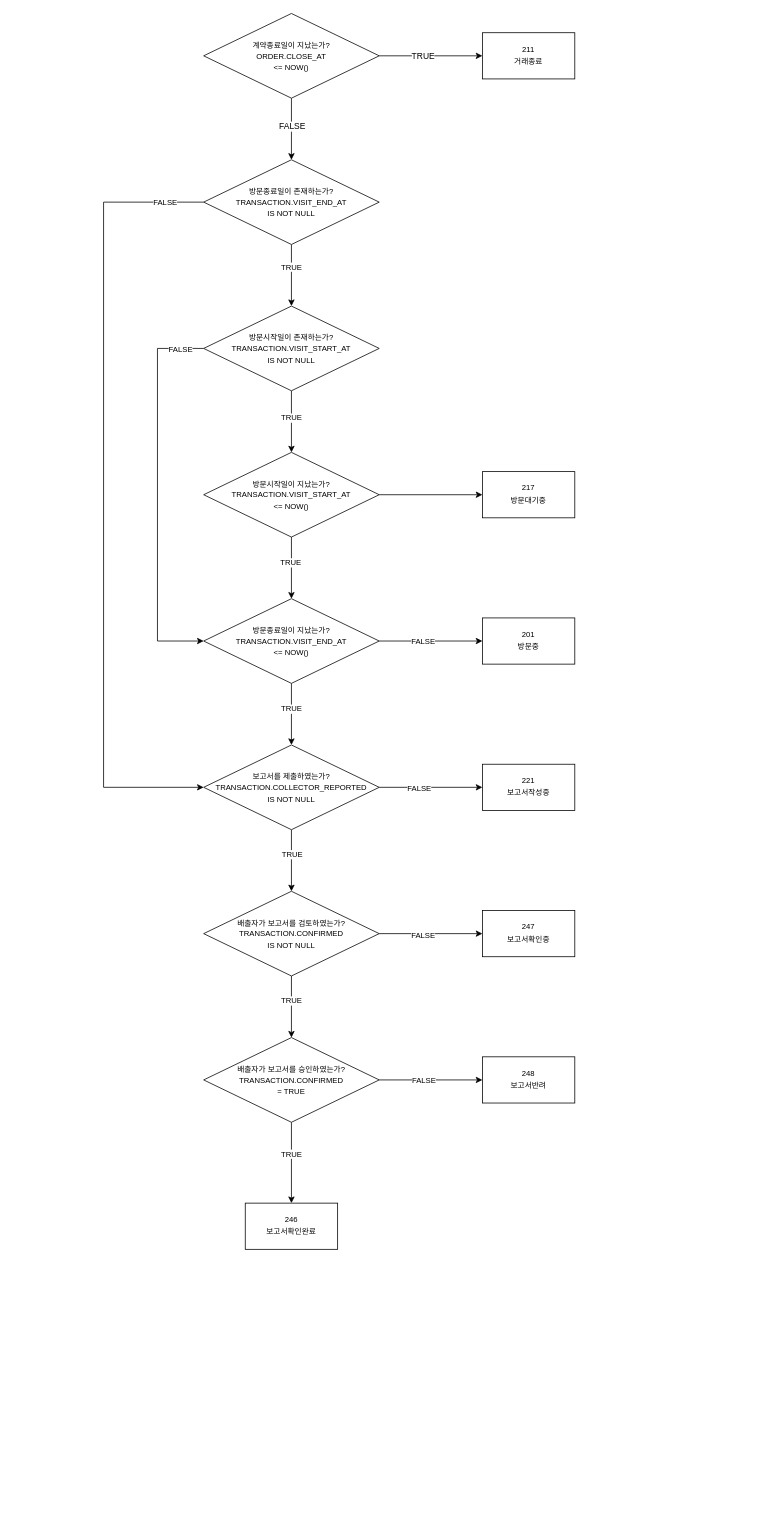
Leo-Nam/stored-procedures keeps this draw.io diagram as drawio/V_TRANSACTION_STATE.drawio. Above is the earlier version. Source tidied: cells renumbered, new cells numbered last; positions are measured from the earlier drawing's top-left corner, leaving out a move shared by most shapes. Both pictures are drawn from the tidied source at 77%, with x=0, y=0 at pixel (103, 13).
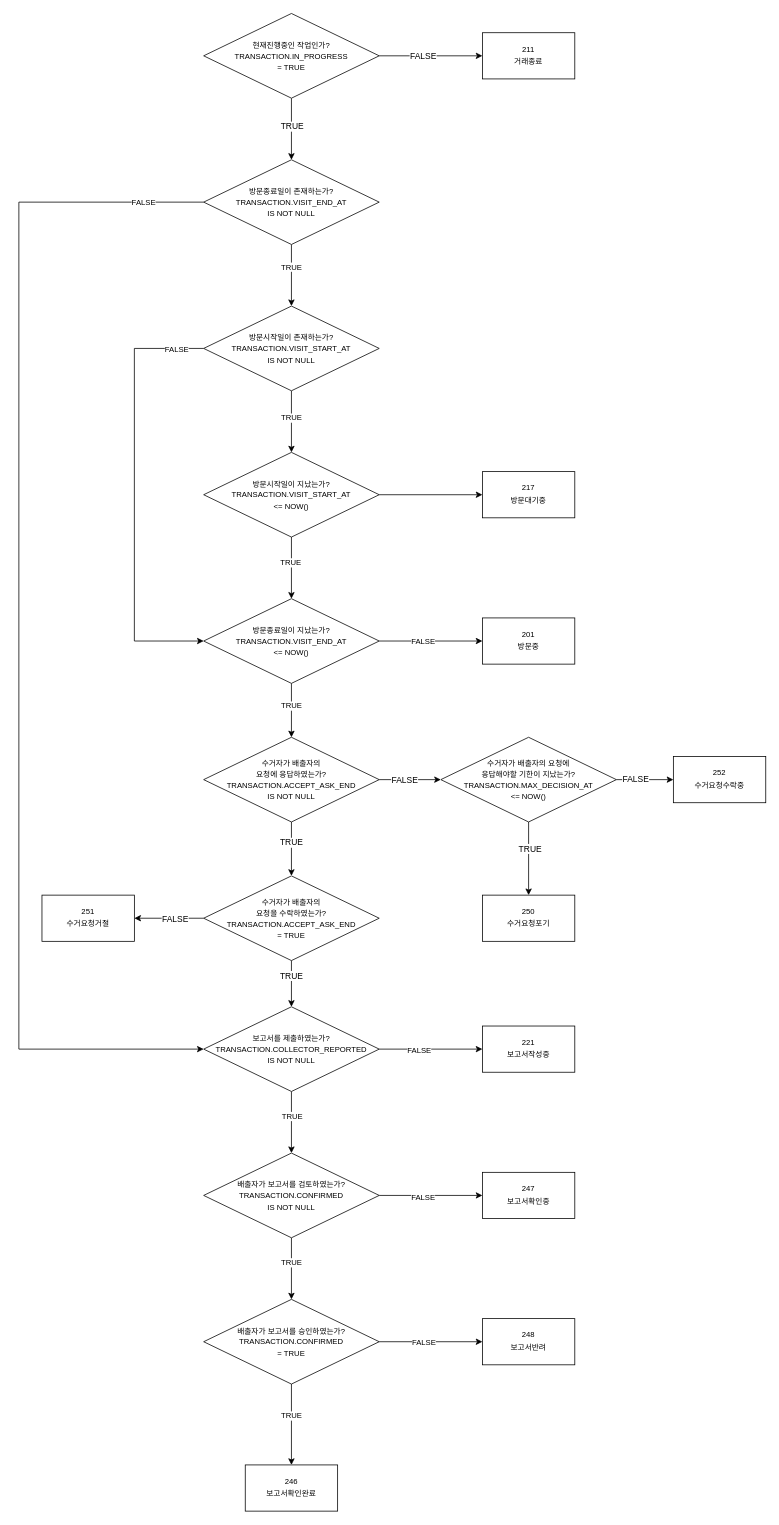
The same page after the edit.

Unchanged cells that the change refers to:
```xml
<mxCell id="2" style="edgeStyle=orthogonalEdgeStyle;rounded=0;jettySize=auto;html=1;" parent="1" edge="1" source="6" target="7">
  <mxGeometry relative="1" as="geometry" />
</mxCell>
<mxCell id="4" style="edgeStyle=orthogonalEdgeStyle;rounded=0;jettySize=auto;html=1;" parent="1" edge="1" source="6" target="12">
  <mxGeometry relative="1" as="geometry" />
</mxCell>
<mxCell id="12" value="&lt;font style=&quot;font-size: 10px&quot;&gt;&lt;span style=&quot;font-size: 10px&quot;&gt;방문종료일이 존재하는가?&lt;/span&gt;&lt;br style=&quot;font-size: 10px&quot;&gt;&lt;span style=&quot;font-size: 10px&quot;&gt;TRANSACTION.VISIT_END_AT&lt;/span&gt;&lt;br&gt;&lt;span&gt;IS NOT NULL&lt;/span&gt;&lt;br&gt;&lt;/font&gt;" style="rhombus;whiteSpace=wrap;html=1;" parent="1" vertex="1">
  <mxGeometry x="130" y="190" width="228" height="110" as="geometry" />
</mxCell>
<mxCell id="17" value="&lt;font style=&quot;font-size: 10px&quot;&gt;&lt;span style=&quot;font-size: 10px&quot;&gt;방문시작일이 존재하는가?&lt;/span&gt;&lt;br style=&quot;font-size: 10px&quot;&gt;&lt;span style=&quot;font-size: 10px&quot;&gt;TRANSACTION.VISIT_START_AT&lt;/span&gt;&lt;br&gt;&lt;span&gt;IS NOT NULL&lt;/span&gt;&lt;br&gt;&lt;/font&gt;" style="rhombus;whiteSpace=wrap;html=1;" parent="1" vertex="1">
  <mxGeometry x="130" y="380" width="228" height="110" as="geometry" />
</mxCell>
<mxCell id="26" value="&lt;font style=&quot;font-size: 10px&quot;&gt;&lt;span style=&quot;font-size: 10px&quot;&gt;방문종료일이 지났는가?&lt;/span&gt;&lt;br style=&quot;font-size: 10px&quot;&gt;&lt;span style=&quot;font-size: 10px&quot;&gt;TRANSACTION.VISIT_END_AT&lt;/span&gt;&lt;br&gt;&lt;span&gt;&amp;lt;= NOW()&lt;/span&gt;&lt;br&gt;&lt;/font&gt;" style="rhombus;whiteSpace=wrap;html=1;" parent="1" vertex="1">
  <mxGeometry x="130" y="760" width="228" height="110" as="geometry" />
</mxCell>
```

The edit, as a diff of the source:
```diff
@@
-    <mxCell id="3" value="TRUE" style="edgeLabel;html=1;align=center;verticalAlign=middle;" parent="2" vertex="1">
+    <mxCell id="3" value="FALSE" style="edgeLabel;html=1;align=center;verticalAlign=middle;" parent="2" vertex="1">
       <mxGeometry x="-0.17" relative="1" as="geometry" />
     </mxCell>
@@
-    <mxCell id="5" value="FALSE" style="edgeLabel;html=1;align=center;verticalAlign=middle;" parent="4" vertex="1">
+    <mxCell id="5" value="TRUE" style="edgeLabel;html=1;align=center;verticalAlign=middle;" parent="4" vertex="1">
       <mxGeometry x="-0.11" relative="1" as="geometry" />
     </mxCell>
-    <mxCell id="6" value="&lt;font style=&quot;font-size: 10px&quot;&gt;&lt;span style=&quot;font-size: 10px&quot;&gt;계약종료일이 지났는가?&lt;/span&gt;&lt;br style=&quot;font-size: 10px&quot;&gt;&lt;span style=&quot;font-size: 10px&quot;&gt;ORDER.CLOSE_AT&lt;br&gt;&lt;/span&gt;&lt;span&gt;&amp;lt;= NOW()&lt;/span&gt;&lt;br&gt;&lt;/font&gt;" style="rhombus;whiteSpace=wrap;html=1;" parent="1" vertex="1">
+    <mxCell id="6" value="&lt;font style=&quot;font-size: 10px&quot;&gt;&lt;span style=&quot;font-size: 10px&quot;&gt;현재진행중인 작업인가?&lt;/span&gt;&lt;br style=&quot;font-size: 10px&quot;&gt;TRANSACTION.IN_PROGRESS&lt;br&gt;= TRUE&lt;br&gt;&lt;/font&gt;" style="rhombus;whiteSpace=wrap;html=1;" parent="1" vertex="1">
       <mxGeometry x="130" width="228" height="110" as="geometry" />
     </mxCell>
@@
     <mxCell id="10" style="edgeStyle=orthogonalEdgeStyle;rounded=0;jettySize=auto;html=1;entryX=0;entryY=0.5;entryDx=0;entryDy=0;fontSize=10;exitX=0;exitY=0.5;exitDx=0;exitDy=0;" parent="1" edge="1" source="12" target="33">
       <mxGeometry relative="1" as="geometry">
         <Array as="points">
-          <mxPoint y="245" />
-          <mxPoint y="1005" />
+          <mxPoint x="-110" y="245" />
+          <mxPoint x="-110" y="1345" />
         </Array>
       </mxGeometry>
     </mxCell>
@@
     <mxCell id="15" style="edgeStyle=orthogonalEdgeStyle;rounded=0;jettySize=auto;html=1;entryX=0;entryY=0.5;entryDx=0;entryDy=0;fontSize=10;exitX=0;exitY=0.5;exitDx=0;exitDy=0;" parent="1" edge="1" source="17" target="26">
       <mxGeometry relative="1" as="geometry">
         <Array as="points">
-          <mxPoint x="70" y="435" />
-          <mxPoint x="70" y="815" />
+          <mxPoint x="40" y="435" />
+          <mxPoint x="40" y="815" />
         </Array>
       </mxGeometry>
     </mxCell>
@@
-    <mxCell id="24" style="edgeStyle=orthogonalEdgeStyle;rounded=0;jettySize=auto;html=1;fontSize=10;" parent="1" edge="1" source="26" target="33">
+    <mxCell id="24" style="edgeStyle=orthogonalEdgeStyle;rounded=0;jettySize=auto;html=1;fontSize=10;entryX=0.5;entryY=0;entryDx=0;entryDy=0;" parent="1" edge="1" source="26" target="52">
       <mxGeometry relative="1" as="geometry" />
     </mxCell>
@@
     <mxCell id="33" value="&lt;font&gt;&lt;span style=&quot;font-size: 10px&quot;&gt;보고서를 제출하였는가?&lt;/span&gt;&lt;br style=&quot;font-size: 10px&quot;&gt;&lt;span style=&quot;font-size: 10px&quot;&gt;TRANSACTION.COLLECTOR_REPORTED&lt;/span&gt;&lt;br&gt;&lt;span style=&quot;font-size: 10px&quot;&gt;IS NOT NULL&lt;/span&gt;&lt;br&gt;&lt;/font&gt;" style="rhombus;whiteSpace=wrap;html=1;" parent="1" vertex="1">
-      <mxGeometry x="130" y="950" width="228" height="110" as="geometry" />
+      <mxGeometry x="130" y="1290" width="228" height="110" as="geometry" />
     </mxCell>
     <mxCell id="34" value="&lt;font style=&quot;font-size: 10px&quot;&gt;221&lt;br&gt;&lt;/font&gt;&lt;table style=&quot;font-size: 10px&quot;&gt;&lt;tbody&gt;&lt;tr&gt;&lt;td&gt;보고서작성중&lt;/td&gt;&lt;/tr&gt;&lt;/tbody&gt;&lt;/table&gt;" style="whiteSpace=wrap;html=1;" parent="1" vertex="1">
-      <mxGeometry x="492" y="975" width="120" height="60" as="geometry" />
+      <mxGeometry x="492" y="1315" width="120" height="60" as="geometry" />
     </mxCell>
@@
     <mxCell id="39" value="&lt;font&gt;&lt;span style=&quot;font-size: 10px&quot;&gt;배출자가 보고서를 검토하였는가?&lt;/span&gt;&lt;br style=&quot;font-size: 10px&quot;&gt;&lt;span style=&quot;font-size: 10px&quot;&gt;TRANSACTION.&lt;/span&gt;&lt;span style=&quot;font-size: 10px&quot;&gt;CONFIRMED&lt;/span&gt;&lt;br&gt;&lt;span style=&quot;font-size: 10px&quot;&gt;IS NOT NULL&lt;/span&gt;&lt;br&gt;&lt;/font&gt;" style="rhombus;whiteSpace=wrap;html=1;" parent="1" vertex="1">
-      <mxGeometry x="130" y="1140" width="228" height="110" as="geometry" />
+      <mxGeometry x="130" y="1480" width="228" height="110" as="geometry" />
     </mxCell>
@@
     <mxCell id="44" value="&lt;font&gt;&lt;span style=&quot;font-size: 10px&quot;&gt;배출자가 보고서를 승인하였는가?&lt;/span&gt;&lt;br style=&quot;font-size: 10px&quot;&gt;&lt;span style=&quot;font-size: 10px&quot;&gt;TRANSACTION.&lt;/span&gt;&lt;span style=&quot;font-size: 10px&quot;&gt;CONFIRMED&lt;/span&gt;&lt;br&gt;&lt;span style=&quot;font-size: 10px&quot;&gt;= TRUE&lt;/span&gt;&lt;br&gt;&lt;/font&gt;" style="rhombus;whiteSpace=wrap;html=1;" parent="1" vertex="1">
-      <mxGeometry x="130" y="1330" width="228" height="110" as="geometry" />
+      <mxGeometry x="130" y="1670" width="228" height="110" as="geometry" />
     </mxCell>
     <mxCell id="45" value="&lt;font style=&quot;font-size: 10px&quot;&gt;246&lt;br&gt;&lt;/font&gt;&lt;table style=&quot;font-size: 10px&quot;&gt;&lt;tbody&gt;&lt;tr&gt;&lt;td&gt;보고서확인완료&lt;/td&gt;&lt;/tr&gt;&lt;/tbody&gt;&lt;/table&gt;" style="whiteSpace=wrap;html=1;" parent="1" vertex="1">
-      <mxGeometry x="184" y="1545" width="120" height="60" as="geometry" />
+      <mxGeometry x="184" y="1885" width="120" height="60" as="geometry" />
     </mxCell>
     <mxCell id="46" value="&lt;font style=&quot;font-size: 10px&quot;&gt;248&lt;br&gt;&lt;/font&gt;&lt;table style=&quot;font-size: 10px&quot;&gt;&lt;tbody&gt;&lt;tr&gt;&lt;td&gt;보고서반려&lt;/td&gt;&lt;/tr&gt;&lt;/tbody&gt;&lt;/table&gt;" style="whiteSpace=wrap;html=1;" parent="1" vertex="1">
-      <mxGeometry x="492" y="1355" width="120" height="60" as="geometry" />
+      <mxGeometry x="492" y="1695" width="120" height="60" as="geometry" />
     </mxCell>
     <mxCell id="47" value="&lt;font style=&quot;font-size: 10px&quot;&gt;247&lt;br&gt;&lt;/font&gt;&lt;table style=&quot;font-size: 10px&quot;&gt;&lt;tbody&gt;&lt;tr&gt;&lt;td&gt;보고서확인중&lt;/td&gt;&lt;/tr&gt;&lt;/tbody&gt;&lt;/table&gt;" style="whiteSpace=wrap;html=1;" parent="1" vertex="1">
-      <mxGeometry x="492" y="1165" width="120" height="60" as="geometry" />
+      <mxGeometry x="492" y="1505" width="120" height="60" as="geometry" />
     </mxCell>
+    <mxCell id="48" style="edgeStyle=none;html=1;" parent="1" edge="1" source="52" target="57">
+      <mxGeometry relative="1" as="geometry" />
+    </mxCell>
+    <mxCell id="49" value="TRUE" style="edgeLabel;html=1;align=center;verticalAlign=middle;" parent="48" vertex="1">
+      <mxGeometry x="-0.26" y="-1" relative="1" as="geometry" />
+    </mxCell>
+    <mxCell id="50" style="edgeStyle=none;html=1;" parent="1" edge="1" source="52" target="62">
+      <mxGeometry relative="1" as="geometry" />
+    </mxCell>
+    <mxCell id="51" value="FALSE" style="edgeLabel;html=1;align=center;verticalAlign=middle;" parent="50" vertex="1">
+      <mxGeometry x="-0.35" relative="1" as="geometry">
+        <mxPoint x="6" as="offset" />
+      </mxGeometry>
+    </mxCell>
+    <mxCell id="52" value="&lt;font&gt;&lt;span style=&quot;font-size: 10px&quot;&gt;수거자가 배출자의 &lt;br&gt;요청에 응답하였는가?&lt;/span&gt;&lt;br style=&quot;font-size: 10px&quot;&gt;&lt;span style=&quot;font-size: 10px&quot;&gt;TRANSACTION.ACCEPT_ASK_END&lt;/span&gt;&lt;br&gt;&lt;span style=&quot;font-size: 10px&quot;&gt;IS NOT NULL&lt;/span&gt;&lt;br&gt;&lt;/font&gt;" style="rhombus;whiteSpace=wrap;html=1;" parent="1" vertex="1">
+      <mxGeometry x="130" y="940" width="228" height="110" as="geometry" />
+    </mxCell>
+    <mxCell id="53" style="edgeStyle=none;html=1;" parent="1" edge="1" source="57" target="33">
+      <mxGeometry relative="1" as="geometry" />
+    </mxCell>
+    <mxCell id="54" value="TRUE" style="edgeLabel;html=1;align=center;verticalAlign=middle;" parent="53" vertex="1">
+      <mxGeometry x="-0.36" y="-1" relative="1" as="geometry" />
+    </mxCell>
+    <mxCell id="55" style="edgeStyle=none;html=1;entryX=1;entryY=0.5;entryDx=0;entryDy=0;" parent="1" edge="1" source="57" target="63">
+      <mxGeometry relative="1" as="geometry" />
+    </mxCell>
+    <mxCell id="56" value="FALSE" style="edgeLabel;html=1;align=center;verticalAlign=middle;" parent="55" vertex="1">
+      <mxGeometry x="-0.16" relative="1" as="geometry" />
+    </mxCell>
+    <mxCell id="57" value="&lt;font&gt;&lt;span style=&quot;font-size: 10px&quot;&gt;수거자가 배출자의 &lt;br&gt;요청을 수락하였는가?&lt;/span&gt;&lt;br style=&quot;font-size: 10px&quot;&gt;&lt;span style=&quot;font-size: 10px&quot;&gt;TRANSACTION.ACCEPT_ASK_END&lt;/span&gt;&lt;br&gt;&lt;span style=&quot;font-size: 10px&quot;&gt;= TRUE&lt;/span&gt;&lt;br&gt;&lt;/font&gt;" style="rhombus;whiteSpace=wrap;html=1;" parent="1" vertex="1">
+      <mxGeometry x="130" y="1120" width="228" height="110" as="geometry" />
+    </mxCell>
+    <mxCell id="58" style="edgeStyle=none;html=1;" parent="1" edge="1" source="62" target="64">
+      <mxGeometry relative="1" as="geometry" />
+    </mxCell>
+    <mxCell id="59" value="FALSE" style="edgeLabel;html=1;align=center;verticalAlign=middle;" parent="58" vertex="1">
+      <mxGeometry x="-0.34" y="1" relative="1" as="geometry" />
+    </mxCell>
+    <mxCell id="60" style="edgeStyle=none;html=1;" parent="1" edge="1" source="62" target="65">
+      <mxGeometry relative="1" as="geometry" />
+    </mxCell>
+    <mxCell id="61" value="TRUE" style="edgeLabel;html=1;align=center;verticalAlign=middle;" parent="60" vertex="1">
+      <mxGeometry x="-0.29" y="1" relative="1" as="geometry" />
+    </mxCell>
+    <mxCell id="62" value="&lt;font&gt;&lt;span style=&quot;font-size: 10px&quot;&gt;수거자가 배출자의 요청에 &lt;br&gt;응답해야할 기한이 지났는가?&lt;/span&gt;&lt;br style=&quot;font-size: 10px&quot;&gt;&lt;span style=&quot;font-size: 10px&quot;&gt;TRANSACTION.&lt;/span&gt;&lt;span style=&quot;font-size: 10px&quot;&gt;MAX_DECISION_AT&lt;/span&gt;&lt;br&gt;&lt;span style=&quot;font-size: 10px&quot;&gt;&amp;lt;= NOW()&lt;/span&gt;&lt;br&gt;&lt;/font&gt;" style="rhombus;whiteSpace=wrap;html=1;" parent="1" vertex="1">
+      <mxGeometry x="438" y="940" width="228" height="110" as="geometry" />
+    </mxCell>
+    <mxCell id="63" value="&lt;font style=&quot;font-size: 10px&quot;&gt;251&lt;br&gt;&lt;/font&gt;&lt;table style=&quot;font-size: 10px&quot;&gt;&lt;tbody&gt;&lt;tr&gt;&lt;td&gt;수거요청거절&lt;/td&gt;&lt;/tr&gt;&lt;/tbody&gt;&lt;/table&gt;" style="whiteSpace=wrap;html=1;" parent="1" vertex="1">
+      <mxGeometry x="-80" y="1145" width="120" height="60" as="geometry" />
+    </mxCell>
+    <mxCell id="64" value="&lt;font style=&quot;font-size: 10px&quot;&gt;252&lt;br&gt;&lt;/font&gt;&lt;table style=&quot;font-size: 10px&quot;&gt;&lt;tbody&gt;&lt;tr&gt;&lt;td&gt;수거요청수락중&lt;/td&gt;&lt;/tr&gt;&lt;/tbody&gt;&lt;/table&gt;" style="whiteSpace=wrap;html=1;" parent="1" vertex="1">
+      <mxGeometry x="740" y="965" width="120" height="60" as="geometry" />
+    </mxCell>
+    <mxCell id="65" value="&lt;font style=&quot;font-size: 10px&quot;&gt;250&lt;br&gt;&lt;/font&gt;&lt;table style=&quot;font-size: 10px&quot;&gt;&lt;tbody&gt;&lt;tr&gt;&lt;td&gt;수거요청포기&lt;/td&gt;&lt;/tr&gt;&lt;/tbody&gt;&lt;/table&gt;" style="whiteSpace=wrap;html=1;" parent="1" vertex="1">
+      <mxGeometry x="492" y="1145" width="120" height="60" as="geometry" />
+    </mxCell>
```
